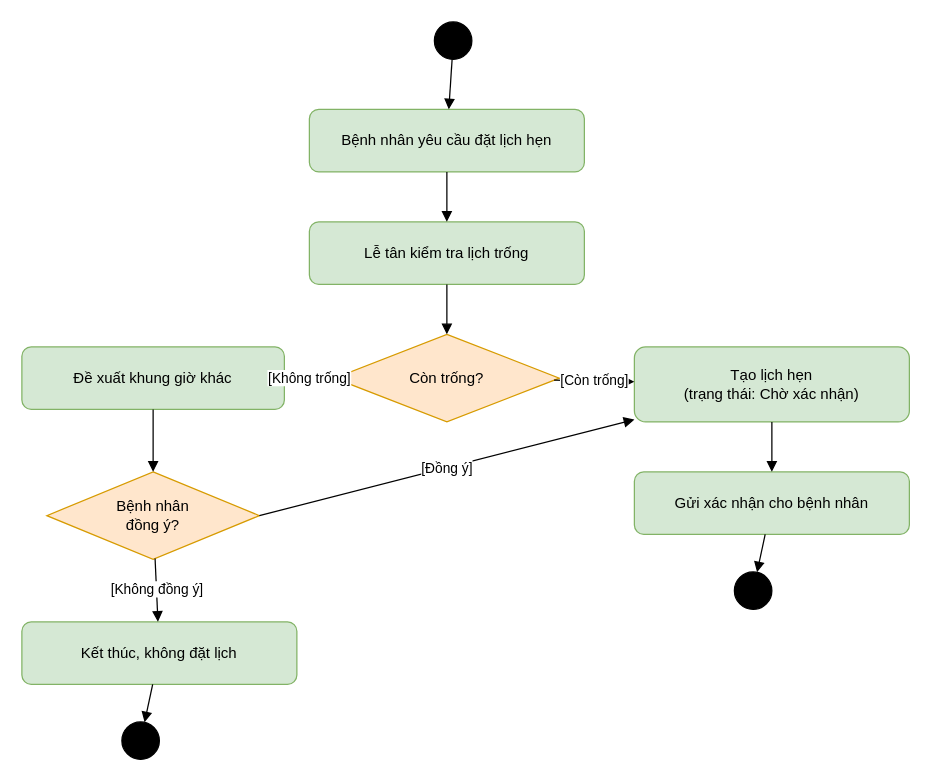
Before: ss11/DentCare_MiniProject_Full/Activity_DatLichHen.drawio in dinhquanhao/IT-105-phan-tich, a draw.io diagram. Source tidied: cells renumbered, new cells numbered last; positions are measured from the earlier drawing's top-left corner, leaving out a move shared by most shapes. Both pictures are drawn from the tidied source at 125%, with x=0, y=0 at pixel (21, 21).
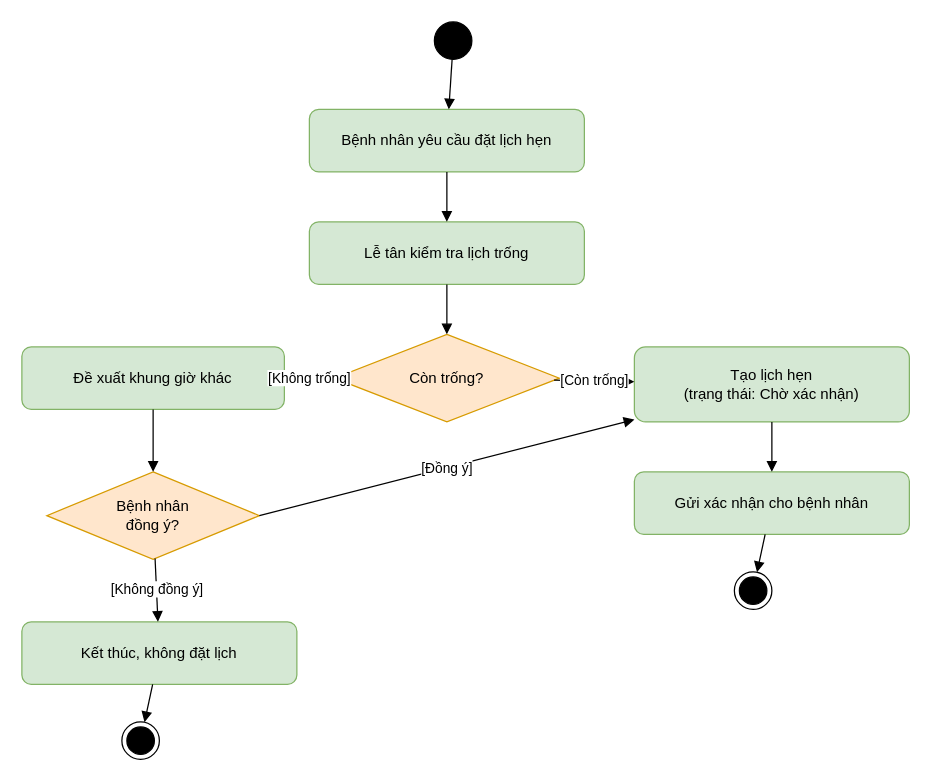
Above is the later version.

Unchanged cells that the change refers to:
```xml
<mxCell id="7" value="Gửi xác nhận cho bệnh nhân" style="rounded=1;whiteSpace=wrap;html=1;fillColor=#d5e8d4;strokeColor=#82b366;" parent="1" vertex="1">
  <mxGeometry x="490" y="360" width="220" height="50" as="geometry" />
</mxCell>
<mxCell id="11" value="Kết thúc, không đặt lịch" style="rounded=1;whiteSpace=wrap;html=1;fillColor=#d5e8d4;strokeColor=#82b366;" parent="1" vertex="1">
  <mxGeometry y="480" width="220" height="50" as="geometry" />
</mxCell>
```

The edit, as a diff of the source:
```diff
@@
-    <mxCell id="8" style="ellipse;whiteSpace=wrap;html=1;fillColor=#000000;strokeColor=#000000;shape=doubleEllipse;" parent="1" vertex="1">
-      <mxGeometry x="570" y="440" width="30" height="30" as="geometry" />
-    </mxCell>
@@
-    <mxCell id="12" style="ellipse;whiteSpace=wrap;html=1;fillColor=#000000;strokeColor=#000000;shape=doubleEllipse;" parent="1" vertex="1">
-      <mxGeometry x="80" y="560" width="30" height="30" as="geometry" />
-    </mxCell>
@@
-    <mxCell id="18" style="endArrow=block;html=1;strokeColor=#000000;fontSize=11;" parent="1" edge="1" source="7" target="8">
-      <mxGeometry relative="1" as="geometry" />
+    <mxCell id="18" style="endArrow=block;html=1;strokeColor=#000000;fontSize=11;" parent="1" edge="1" source="7">
+      <mxGeometry relative="1" as="geometry">
+        <mxPoint x="588.1" y="440.3" as="targetPoint" />
+      </mxGeometry>
     </mxCell>
@@
-    <mxCell id="23" style="endArrow=block;html=1;strokeColor=#000000;fontSize=11;" parent="1" edge="1" source="11" target="12">
-      <mxGeometry relative="1" as="geometry" />
+    <mxCell id="23" style="endArrow=block;html=1;strokeColor=#000000;fontSize=11;" parent="1" edge="1" source="11">
+      <mxGeometry relative="1" as="geometry">
+        <mxPoint x="98.1" y="560.3" as="targetPoint" />
+      </mxGeometry>
     </mxCell>
+    <mxCell id="24" style="ellipse;html=1;shape=endState;fillColor=strokeColor;" parent="1" vertex="1">
+      <mxGeometry x="570" y="440" width="30" height="30" as="geometry" />
+    </mxCell>
+    <mxCell id="25" style="ellipse;html=1;shape=endState;fillColor=strokeColor;" parent="1" vertex="1">
+      <mxGeometry x="80" y="560" width="30" height="30" as="geometry" />
+    </mxCell>
```
